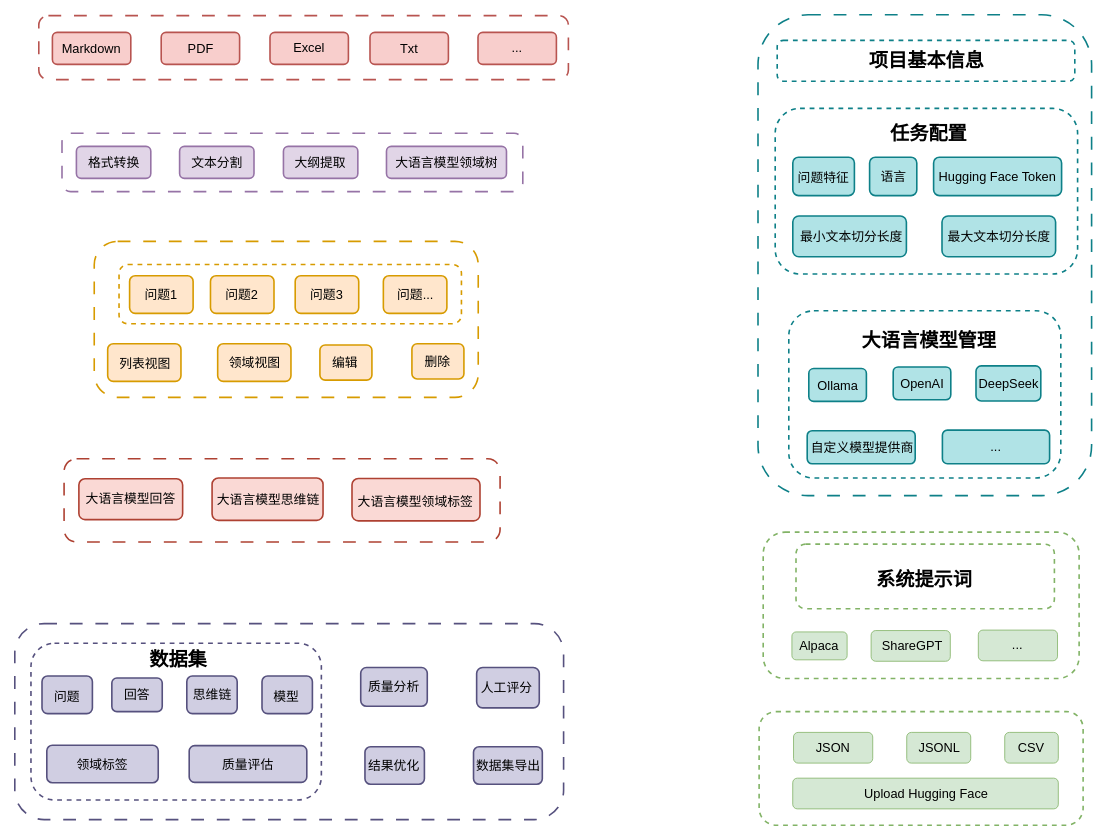
The draw.io diagram diagrams/workflow_diagram_for_creating_fine_tuning_datasets_with_easy_dataset.drawio in real-jiakai/draw, before the edit. Source tidied: cells renumbered, new cells numbered last; positions are measured from the earlier drawing's top-left corner, leaving out a move shared by most shapes. Both pictures are drawn from the tidied source at 80%, with x=0, y=0 at pixel (14, 14).
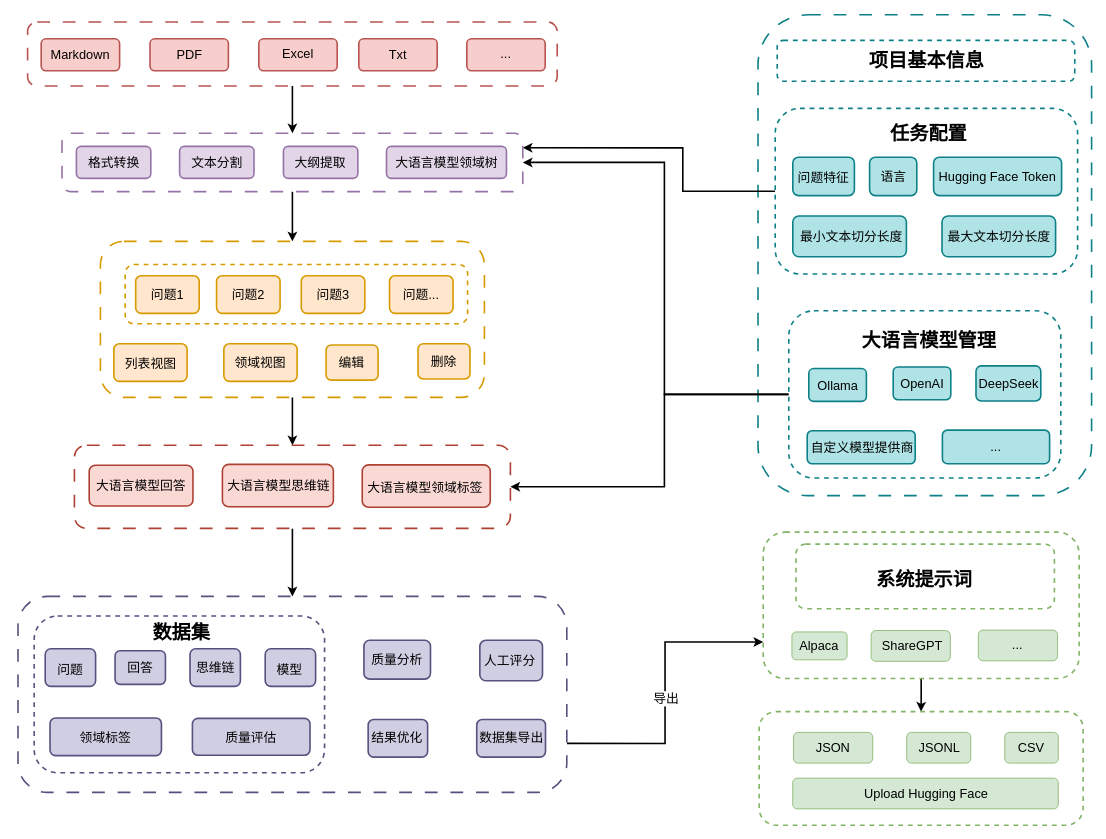
Above is the later version.

Unchanged cells that the change refers to:
```xml
<mxCell id="5" style="rounded=1;whiteSpace=wrap;html=1;strokeColor=#82B366;strokeWidth=2;dashed=1;" parent="1" vertex="1">
  <mxGeometry x="935.5" y="646.7" width="394.9" height="183" as="geometry" />
</mxCell>
<mxCell id="7" style="rounded=1;whiteSpace=wrap;html=1;strokeColor=#82B366;strokeWidth=2;dashed=1;" parent="1" vertex="1">
  <mxGeometry x="930.4" y="871" width="405" height="142" as="geometry" />
</mxCell>
<mxCell id="9" style="rounded=1;whiteSpace=wrap;html=1;strokeColor=#0E8088;strokeWidth=2;dashed=1;" parent="1" vertex="1">
  <mxGeometry x="967.5" y="370" width="340" height="209" as="geometry" />
</mxCell>
<mxCell id="10" style="rounded=1;whiteSpace=wrap;html=1;strokeColor=#0E8088;strokeWidth=2;dashed=1;" parent="1" vertex="1">
  <mxGeometry x="950.5" y="117" width="378" height="207" as="geometry" />
</mxCell>
<mxCell id="52" style="rounded=1;whiteSpace=wrap;html=1;dashed=1;dashPattern=8 8;strokeWidth=2;strokeColor=#9673A6;" parent="1" vertex="1">
  <mxGeometry x="59" y="148" width="576" height="73" as="geometry" />
</mxCell>
```

The edit, as a diff of the source:
```diff
@@
+    <mxCell id="115" style="edgeStyle=orthogonalEdgeStyle;rounded=0;jettySize=auto;html=1;exitX=0.5;exitY=1;exitDx=0;exitDy=0;strokeWidth=2;" parent="1" edge="1" source="3" target="6">
+      <mxGeometry relative="1" as="geometry" />
+    </mxCell>
     <mxCell id="3" style="rounded=1;whiteSpace=wrap;html=1;strokeColor=#D79B00;strokeWidth=2;dashed=1;dashPattern=8 8;" parent="1" vertex="1">
-      <mxGeometry x="99.3" y="283.2" width="480" height="195" as="geometry" />
+      <mxGeometry x="107" y="283.2" width="480" height="195" as="geometry" />
     </mxCell>
     <mxCell id="4" style="rounded=1;whiteSpace=wrap;html=1;strokeColor=#D79B00;strokeWidth=2;dashed=1;" parent="1" vertex="1">
-      <mxGeometry x="130.3" y="312.2" width="428" height="74" as="geometry" />
+      <mxGeometry x="138" y="312.2" width="428" height="74" as="geometry" />
     </mxCell>
+    <mxCell id="116" style="edgeStyle=orthogonalEdgeStyle;rounded=0;jettySize=auto;html=1;exitX=0.5;exitY=1;exitDx=0;exitDy=0;entryX=0.5;entryY=0;entryDx=0;entryDy=0;strokeWidth=2;" parent="1" edge="1" source="5" target="7">
+      <mxGeometry relative="1" as="geometry" />
+    </mxCell>
@@
+    <mxCell id="117" style="edgeStyle=orthogonalEdgeStyle;rounded=0;jettySize=auto;html=1;exitX=0.5;exitY=1;exitDx=0;exitDy=0;entryX=0.5;entryY=0;entryDx=0;entryDy=0;strokeWidth=2;" parent="1" edge="1" source="6" target="29">
+      <mxGeometry relative="1" as="geometry" />
+    </mxCell>
     <mxCell id="6" style="rounded=1;whiteSpace=wrap;html=1;strokeColor=#AE4132;strokeWidth=2;dashed=1;dashPattern=8 8;" parent="1" vertex="1">
-      <mxGeometry x="61.6" y="555" width="545" height="104" as="geometry" />
+      <mxGeometry x="74.5" y="538" width="545" height="104" as="geometry" />
     </mxCell>
@@
+    <mxCell id="118" style="edgeStyle=orthogonalEdgeStyle;rounded=0;jettySize=auto;html=1;exitX=0;exitY=0.5;exitDx=0;exitDy=0;entryX=1;entryY=0.5;entryDx=0;entryDy=0;strokeWidth=2;" parent="1" edge="1" source="9" target="52">
+      <mxGeometry relative="1" as="geometry">
+        <Array as="points">
+          <mxPoint x="812" y="475" />
+          <mxPoint x="812" y="185" />
+        </Array>
+      </mxGeometry>
+    </mxCell>
+    <mxCell id="119" style="edgeStyle=orthogonalEdgeStyle;rounded=0;jettySize=auto;html=1;exitX=0;exitY=0.5;exitDx=0;exitDy=0;entryX=1;entryY=0.5;entryDx=0;entryDy=0;strokeWidth=2;" parent="1" edge="1" source="9" target="6">
+      <mxGeometry relative="1" as="geometry">
+        <Array as="points">
+          <mxPoint x="812" y="475" />
+          <mxPoint x="812" y="590" />
+        </Array>
+      </mxGeometry>
+    </mxCell>
@@
+    <mxCell id="120" style="edgeStyle=orthogonalEdgeStyle;rounded=0;jettySize=auto;html=1;exitX=0;exitY=0.5;exitDx=0;exitDy=0;entryX=1;entryY=0.25;entryDx=0;entryDy=0;strokeWidth=2;" parent="1" edge="1" source="10" target="52">
+      <mxGeometry relative="1" as="geometry">
+        <Array as="points">
+          <mxPoint x="835" y="221" />
+          <mxPoint x="835" y="166" />
+        </Array>
+      </mxGeometry>
+    </mxCell>
@@
+    <mxCell id="121" style="rounded=0;jettySize=auto;html=1;exitX=1;exitY=0.75;exitDx=0;exitDy=0;entryX=0;entryY=0.75;entryDx=0;entryDy=0;edgeStyle=orthogonalEdgeStyle;strokeWidth=2;" parent="1" edge="1" source="29" target="5">
+      <mxGeometry relative="1" as="geometry" />
+    </mxCell>
+    <mxCell id="122" value="&lt;font style=&quot;font-size: 16px;&quot;&gt;导出&lt;/font&gt;" style="edgeLabel;html=1;align=center;verticalAlign=middle;" parent="121" vertex="1">
+      <mxGeometry x="-0.04" y="-1" relative="1" as="geometry" />
+    </mxCell>
     <mxCell id="29" style="rounded=1;whiteSpace=wrap;html=1;strokeColor=#56517E;dashed=1;dashPattern=8 8;strokeWidth=2;" parent="1" vertex="1">
-      <mxGeometry y="761" width="686" height="245" as="geometry" />
+      <mxGeometry x="4" y="727" width="686" height="245" as="geometry" />
     </mxCell>
     <mxCell id="30" style="rounded=1;whiteSpace=wrap;html=1;fillColor=#d0cee2;strokeColor=#56517e;strokeWidth=2;" parent="1" vertex="1">
-      <mxGeometry x="573.4" y="914.9" width="86" height="47" as="geometry" />
+      <mxGeometry x="577.4" y="880.9" width="86" height="47" as="geometry" />
     </mxCell>
     <mxCell id="31" style="rounded=1;whiteSpace=wrap;html=1;fillColor=#d0cee2;strokeColor=#56517e;strokeWidth=2;" parent="1" vertex="1">
-      <mxGeometry x="437.7" y="914.9" width="74.3" height="47" as="geometry" />
+      <mxGeometry x="441.7" y="880.9" width="74.3" height="47" as="geometry" />
     </mxCell>
     <mxCell id="32" style="rounded=1;whiteSpace=wrap;html=1;fillColor=#d0cee2;strokeColor=#56517e;strokeWidth=2;" parent="1" vertex="1">
-      <mxGeometry x="577.3" y="815.9" width="78.3" height="50.5" as="geometry" />
+      <mxGeometry x="581.3" y="781.9" width="78.3" height="50.5" as="geometry" />
     </mxCell>
     <mxCell id="33" style="rounded=1;whiteSpace=wrap;html=1;fillColor=#d0cee2;strokeColor=#56517e;strokeWidth=2;" parent="1" vertex="1">
-      <mxGeometry x="432.4" y="815.9" width="83.2" height="48.5" as="geometry" />
+      <mxGeometry x="436.4" y="781.9" width="83.2" height="48.5" as="geometry" />
     </mxCell>
     <mxCell id="34" style="rounded=1;whiteSpace=wrap;html=1;strokeColor=#56517E;dashed=1;strokeWidth=2;" parent="1" vertex="1">
-      <mxGeometry x="20.2" y="785.5" width="363" height="196" as="geometry" />
+      <mxGeometry x="24.2" y="751.5" width="363" height="196" as="geometry" />
     </mxCell>
     <mxCell id="35" style="rounded=1;whiteSpace=wrap;html=1;fillColor=#d0cee2;strokeColor=#56517e;strokeWidth=2;" parent="1" vertex="1">
-      <mxGeometry x="218" y="913.5" width="147" height="46" as="geometry" />
+      <mxGeometry x="222" y="879.5" width="147" height="46" as="geometry" />
     </mxCell>
     <mxCell id="36" style="rounded=1;whiteSpace=wrap;html=1;fillColor=#d0cee2;strokeColor=#56517e;strokeWidth=2;" parent="1" vertex="1">
-      <mxGeometry x="40" y="913" width="139.3" height="47" as="geometry" />
+      <mxGeometry x="44" y="879" width="139.3" height="47" as="geometry" />
     </mxCell>
     <mxCell id="37" style="rounded=1;whiteSpace=wrap;html=1;fillColor=#d0cee2;strokeColor=#56517e;strokeWidth=2;" parent="1" vertex="1">
-      <mxGeometry x="309" y="826.5" width="63" height="47" as="geometry" />
+      <mxGeometry x="313" y="792.5" width="63" height="47" as="geometry" />
     </mxCell>
     <mxCell id="38" style="rounded=1;whiteSpace=wrap;html=1;fillColor=#d0cee2;strokeColor=#56517e;strokeWidth=2;" parent="1" vertex="1">
-      <mxGeometry x="215" y="826.5" width="63" height="47" as="geometry" />
+      <mxGeometry x="219" y="792.5" width="63" height="47" as="geometry" />
     </mxCell>
     <mxCell id="39" style="rounded=1;whiteSpace=wrap;html=1;fillColor=#d0cee2;strokeColor=#56517e;strokeWidth=2;" parent="1" vertex="1">
-      <mxGeometry x="121.3" y="829" width="63" height="42" as="geometry" />
+      <mxGeometry x="125.3" y="795" width="63" height="42" as="geometry" />
     </mxCell>
     <mxCell id="40" style="rounded=1;whiteSpace=wrap;html=1;fillColor=#d0cee2;strokeColor=#56517e;strokeWidth=2;" parent="1" vertex="1">
-      <mxGeometry x="34" y="826.5" width="63" height="47" as="geometry" />
+      <mxGeometry x="38" y="792.5" width="63" height="47" as="geometry" />
     </mxCell>
     <mxCell id="41" style="rounded=1;whiteSpace=wrap;html=1;strokeColor=#ae4132;strokeWidth=2;fillColor=#fad9d5;" parent="1" vertex="1">
-      <mxGeometry x="421.5" y="579.6" width="160" height="53" as="geometry" />
+      <mxGeometry x="434.3" y="562.6" width="160" height="53" as="geometry" />
     </mxCell>
     <mxCell id="42" style="rounded=1;whiteSpace=wrap;html=1;strokeColor=#ae4132;strokeWidth=2;fillColor=#fad9d5;" parent="1" vertex="1">
-      <mxGeometry x="246.6" y="579" width="138.7" height="53" as="geometry" />
+      <mxGeometry x="259.5" y="562" width="138.7" height="53" as="geometry" />
     </mxCell>
     <mxCell id="43" style="rounded=1;whiteSpace=wrap;html=1;strokeColor=#ae4132;strokeWidth=2;fillColor=#fad9d5;" parent="1" vertex="1">
-      <mxGeometry x="80.1" y="580" width="129.7" height="51" as="geometry" />
+      <mxGeometry x="93" y="563" width="129.7" height="51" as="geometry" />
     </mxCell>
     <mxCell id="44" style="rounded=1;whiteSpace=wrap;html=1;fillColor=#ffe6cc;strokeColor=#d79b00;strokeWidth=2;" parent="1" vertex="1">
-      <mxGeometry x="496.4" y="411.2" width="65" height="44" as="geometry" />
+      <mxGeometry x="504" y="411.2" width="65" height="44" as="geometry" />
     </mxCell>
     <mxCell id="45" style="rounded=1;whiteSpace=wrap;html=1;fillColor=#ffe6cc;strokeColor=#d79b00;strokeWidth=2;" parent="1" vertex="1">
-      <mxGeometry x="381.4" y="412.7" width="65" height="44" as="geometry" />
+      <mxGeometry x="389.1" y="412.7" width="65" height="44" as="geometry" />
     </mxCell>
     <mxCell id="46" style="rounded=1;whiteSpace=wrap;html=1;fillColor=#ffe6cc;strokeColor=#d79b00;strokeWidth=2;" parent="1" vertex="1">
-      <mxGeometry x="253.6" y="411.2" width="91.6" height="47" as="geometry" />
+      <mxGeometry x="261.3" y="411.2" width="91.6" height="47" as="geometry" />
     </mxCell>
     <mxCell id="47" style="rounded=1;whiteSpace=wrap;html=1;fillColor=#ffe6cc;strokeColor=#d79b00;strokeWidth=2;" parent="1" vertex="1">
-      <mxGeometry x="116.1" y="411.2" width="91.6" height="47" as="geometry" />
+      <mxGeometry x="123.8" y="411.2" width="91.6" height="47" as="geometry" />
     </mxCell>
     <mxCell id="48" style="rounded=1;whiteSpace=wrap;html=1;fillColor=#ffe6cc;strokeColor=#d79b00;strokeWidth=2;" parent="1" vertex="1">
-      <mxGeometry x="460.7" y="326.2" width="79.4" height="47" as="geometry" />
+      <mxGeometry x="468.4" y="326.2" width="79.4" height="47" as="geometry" />
     </mxCell>
     <mxCell id="49" style="rounded=1;whiteSpace=wrap;html=1;fillColor=#ffe6cc;strokeColor=#d79b00;strokeWidth=2;" parent="1" vertex="1">
-      <mxGeometry x="350.5" y="326.2" width="79.4" height="47" as="geometry" />
+      <mxGeometry x="358.1" y="326.2" width="79.4" height="47" as="geometry" />
     </mxCell>
     <mxCell id="50" style="rounded=1;whiteSpace=wrap;html=1;fillColor=#ffe6cc;strokeColor=#d79b00;strokeWidth=2;" parent="1" vertex="1">
-      <mxGeometry x="244.6" y="326.2" width="79.4" height="47" as="geometry" />
+      <mxGeometry x="252.2" y="326.2" width="79.4" height="47" as="geometry" />
     </mxCell>
     <mxCell id="51" style="rounded=1;whiteSpace=wrap;html=1;fillColor=#ffe6cc;strokeColor=#d79b00;strokeWidth=2;" parent="1" vertex="1">
-      <mxGeometry x="143.5" y="326.2" width="79.4" height="47" as="geometry" />
+      <mxGeometry x="151.1" y="326.2" width="79.4" height="47" as="geometry" />
     </mxCell>
+    <mxCell id="123" style="edgeStyle=orthogonalEdgeStyle;rounded=0;jettySize=auto;html=1;exitX=0.5;exitY=1;exitDx=0;exitDy=0;entryX=0.5;entryY=0;entryDx=0;entryDy=0;strokeWidth=2;" parent="1" edge="1" source="52" target="3">
+      <mxGeometry relative="1" as="geometry" />
+    </mxCell>
@@
+    <mxCell id="124" style="edgeStyle=orthogonalEdgeStyle;rounded=0;jettySize=auto;html=1;exitX=0.5;exitY=1;exitDx=0;exitDy=0;entryX=0.5;entryY=0;entryDx=0;entryDy=0;strokeWidth=2;" parent="1" edge="1" source="57" target="52">
+      <mxGeometry relative="1" as="geometry" />
+    </mxCell>
     <mxCell id="57" style="rounded=1;whiteSpace=wrap;html=1;dashed=1;dashPattern=8 8;strokeWidth=2;strokeColor=#B85450;" parent="1" vertex="1">
-      <mxGeometry x="30" y="1" width="662" height="80" as="geometry" />
+      <mxGeometry x="16" y="9" width="662" height="80" as="geometry" />
     </mxCell>
     <mxCell id="58" style="rounded=1;whiteSpace=wrap;html=1;strokeWidth=2;fillColor=#f8cecc;strokeColor=#b85450;" parent="1" vertex="1">
-      <mxGeometry x="579" y="22" width="98" height="40" as="geometry" />
+      <mxGeometry x="565" y="30" width="98" height="40" as="geometry" />
     </mxCell>
     <mxCell id="59" style="rounded=1;whiteSpace=wrap;html=1;strokeWidth=2;fillColor=#f8cecc;strokeColor=#b85450;" parent="1" vertex="1">
-      <mxGeometry x="444" y="22" width="98" height="40" as="geometry" />
+      <mxGeometry x="430" y="30" width="98" height="40" as="geometry" />
     </mxCell>
     <mxCell id="60" style="rounded=1;whiteSpace=wrap;html=1;strokeWidth=2;fillColor=#f8cecc;strokeColor=#b85450;" parent="1" vertex="1">
-      <mxGeometry x="319" y="22" width="98" height="40" as="geometry" />
+      <mxGeometry x="305" y="30" width="98" height="40" as="geometry" />
     </mxCell>
     <mxCell id="61" style="rounded=1;whiteSpace=wrap;html=1;strokeWidth=2;fillColor=#f8cecc;strokeColor=#b85450;" parent="1" vertex="1">
-      <mxGeometry x="183" y="22" width="98" height="40" as="geometry" />
+      <mxGeometry x="169" y="30" width="98" height="40" as="geometry" />
     </mxCell>
     <mxCell id="62" style="rounded=1;whiteSpace=wrap;html=1;strokeWidth=2;fillColor=#f8cecc;strokeColor=#b85450;" parent="1" vertex="1">
-      <mxGeometry x="47" y="22" width="98" height="40" as="geometry" />
+      <mxGeometry x="33" y="30" width="98" height="40" as="geometry" />
     </mxCell>
     <mxCell id="63" value="&lt;font style=&quot;font-size: 16px;&quot;&gt;Markdown&lt;/font&gt;" style="text;html=1;align=center;verticalAlign=middle;whiteSpace=wrap;rounded=0;" parent="1" vertex="1">
-      <mxGeometry x="62" y="27" width="68" height="30" as="geometry" />
+      <mxGeometry x="48" y="35" width="68" height="30" as="geometry" />
     </mxCell>
     <mxCell id="64" value="&lt;span style=&quot;font-size: 16px;&quot;&gt;PDF&lt;/span&gt;" style="text;html=1;align=center;verticalAlign=middle;whiteSpace=wrap;rounded=0;" parent="1" vertex="1">
-      <mxGeometry x="198.8" y="28.5" width="66.5" height="27" as="geometry" />
+      <mxGeometry x="184.8" y="36.5" width="66.5" height="27" as="geometry" />
     </mxCell>
     <mxCell id="65" value="&lt;span style=&quot;font-size: 16px;&quot;&gt;Excel&lt;/span&gt;" style="text;html=1;align=center;verticalAlign=middle;whiteSpace=wrap;rounded=0;" parent="1" vertex="1">
-      <mxGeometry x="335.2" y="26.5" width="65.5" height="29" as="geometry" />
+      <mxGeometry x="321.2" y="34.5" width="65.5" height="29" as="geometry" />
     </mxCell>
     <mxCell id="66" value="&lt;span style=&quot;font-size: 16px;&quot;&gt;Txt&lt;/span&gt;" style="text;html=1;align=center;verticalAlign=middle;whiteSpace=wrap;rounded=0;" parent="1" vertex="1">
-      <mxGeometry x="465.2" y="28.5" width="55.5" height="27" as="geometry" />
+      <mxGeometry x="451.2" y="36.5" width="55.5" height="27" as="geometry" />
     </mxCell>
     <mxCell id="67" value="&lt;span style=&quot;font-size: 16px;&quot;&gt;...&lt;/span&gt;" style="text;html=1;align=center;verticalAlign=middle;whiteSpace=wrap;rounded=0;" parent="1" vertex="1">
-      <mxGeometry x="601.2" y="26.5" width="53.5" height="28" as="geometry" />
+      <mxGeometry x="587.2" y="34.5" width="53.5" height="28" as="geometry" />
     </mxCell>
@@
     <mxCell id="72" value="&lt;span style=&quot;font-size: 16px;&quot;&gt;问题1&lt;/span&gt;" style="text;html=1;align=center;verticalAlign=middle;whiteSpace=wrap;rounded=0;" parent="1" vertex="1">
-      <mxGeometry x="149.3" y="334.7" width="67.8" height="30" as="geometry" />
+      <mxGeometry x="156.9" y="334.7" width="67.8" height="30" as="geometry" />
     </mxCell>
     <mxCell id="73" value="&lt;span style=&quot;font-size: 16px;&quot;&gt;问题2&lt;/span&gt;" style="text;html=1;align=center;verticalAlign=middle;whiteSpace=wrap;rounded=0;" parent="1" vertex="1">
-      <mxGeometry x="250.4" y="334.7" width="67.8" height="30" as="geometry" />
+      <mxGeometry x="258" y="334.7" width="67.8" height="30" as="geometry" />
     </mxCell>
     <mxCell id="74" value="&lt;span style=&quot;font-size: 16px;&quot;&gt;问题3&lt;/span&gt;" style="text;html=1;align=center;verticalAlign=middle;whiteSpace=wrap;rounded=0;" parent="1" vertex="1">
-      <mxGeometry x="356.3" y="335.2" width="67.8" height="30" as="geometry" />
+      <mxGeometry x="363.9" y="335.2" width="67.8" height="30" as="geometry" />
     </mxCell>
     <mxCell id="75" value="&lt;span style=&quot;font-size: 16px;&quot;&gt;问题...&lt;/span&gt;" style="text;html=1;align=center;verticalAlign=middle;whiteSpace=wrap;rounded=0;" parent="1" vertex="1">
-      <mxGeometry x="466.5" y="335.2" width="67.8" height="30" as="geometry" />
+      <mxGeometry x="474.2" y="335.2" width="67.8" height="30" as="geometry" />
     </mxCell>
     <mxCell id="76" value="&lt;span style=&quot;font-size: 16px;&quot;&gt;列表视图&lt;/span&gt;" style="text;html=1;align=center;verticalAlign=middle;whiteSpace=wrap;rounded=0;" parent="1" vertex="1">
-      <mxGeometry x="128.6" y="421.2" width="67.8" height="30" as="geometry" />
+      <mxGeometry x="136.3" y="421.2" width="67.8" height="30" as="geometry" />
     </mxCell>
     <mxCell id="77" value="&lt;span style=&quot;font-size: 16px;&quot;&gt;领域视图&lt;/span&gt;" style="text;html=1;align=center;verticalAlign=middle;whiteSpace=wrap;rounded=0;" parent="1" vertex="1">
-      <mxGeometry x="265.5" y="419.7" width="67.8" height="30" as="geometry" />
+      <mxGeometry x="273.2" y="419.7" width="67.8" height="30" as="geometry" />
     </mxCell>
     <mxCell id="78" value="&lt;span style=&quot;font-size: 16px;&quot;&gt;编辑&lt;/span&gt;" style="text;html=1;align=center;verticalAlign=middle;whiteSpace=wrap;rounded=0;" parent="1" vertex="1">
-      <mxGeometry x="386.3" y="419.7" width="53.5" height="30" as="geometry" />
+      <mxGeometry x="393.9" y="419.7" width="53.5" height="30" as="geometry" />
     </mxCell>
     <mxCell id="79" value="&lt;span style=&quot;font-size: 16px;&quot;&gt;删除&lt;/span&gt;" style="text;html=1;align=center;verticalAlign=middle;whiteSpace=wrap;rounded=0;" parent="1" vertex="1">
-      <mxGeometry x="503.4" y="418.2" width="51" height="30" as="geometry" />
+      <mxGeometry x="511" y="418.2" width="51" height="30" as="geometry" />
     </mxCell>
     <mxCell id="80" value="&lt;span style=&quot;font-size: 16px;&quot;&gt;大语言模型回答&lt;/span&gt;" style="text;html=1;align=center;verticalAlign=middle;whiteSpace=wrap;rounded=0;" parent="1" vertex="1">
-      <mxGeometry x="85.8" y="590" width="117.9" height="30" as="geometry" />
+      <mxGeometry x="98.6" y="573" width="117.9" height="30" as="geometry" />
     </mxCell>
     <mxCell id="81" value="&lt;span style=&quot;font-size: 16px;&quot;&gt;大语言模型思维链&lt;/span&gt;" style="text;html=1;align=center;verticalAlign=middle;whiteSpace=wrap;rounded=0;" parent="1" vertex="1">
-      <mxGeometry x="252.1" y="591" width="129.9" height="30" as="geometry" />
+      <mxGeometry x="265" y="574" width="129.9" height="30" as="geometry" />
     </mxCell>
     <mxCell id="82" value="&lt;span style=&quot;font-size: 16px;&quot;&gt;大语言模型领域标签&lt;/span&gt;" style="text;html=1;align=center;verticalAlign=middle;whiteSpace=wrap;rounded=0;" parent="1" vertex="1">
-      <mxGeometry x="426.5" y="592.6" width="148" height="30" as="geometry" />
+      <mxGeometry x="439.3" y="575.6" width="148" height="30" as="geometry" />
     </mxCell>
     <mxCell id="83" value="&lt;font style=&quot;font-size: 24px;&quot;&gt;&lt;b&gt;数据集&lt;/b&gt;&lt;/font&gt;" style="text;html=1;align=center;verticalAlign=middle;whiteSpace=wrap;rounded=0;" parent="1" vertex="1">
-      <mxGeometry x="142" y="792" width="125.4" height="30" as="geometry" />
+      <mxGeometry x="146" y="758" width="125.4" height="30" as="geometry" />
     </mxCell>
     <mxCell id="84" value="&lt;span style=&quot;font-size: 16px;&quot;&gt;问题&lt;/span&gt;" style="text;html=1;align=center;verticalAlign=middle;whiteSpace=wrap;rounded=0;" parent="1" vertex="1">
-      <mxGeometry x="40.2" y="836.5" width="50.7" height="30" as="geometry" />
+      <mxGeometry x="44.2" y="802.5" width="50.7" height="30" as="geometry" />
     </mxCell>
     <mxCell id="85" value="&lt;span style=&quot;font-size: 16px;&quot;&gt;回答&lt;/span&gt;" style="text;html=1;align=center;verticalAlign=middle;whiteSpace=wrap;rounded=0;" parent="1" vertex="1">
-      <mxGeometry x="122.6" y="835" width="60.4" height="30" as="geometry" />
+      <mxGeometry x="126.6" y="801" width="60.4" height="30" as="geometry" />
     </mxCell>
     <mxCell id="86" value="&lt;span style=&quot;font-size: 16px;&quot;&gt;思维链&lt;/span&gt;" style="text;html=1;align=center;verticalAlign=middle;whiteSpace=wrap;rounded=0;" parent="1" vertex="1">
-      <mxGeometry x="220.5" y="836.8" width="52" height="26.5" as="geometry" />
+      <mxGeometry x="224.5" y="802.8" width="52" height="26.5" as="geometry" />
     </mxCell>
     <mxCell id="87" value="&lt;span style=&quot;font-size: 16px;&quot;&gt;模型&lt;/span&gt;" style="text;html=1;align=center;verticalAlign=middle;whiteSpace=wrap;rounded=0;" parent="1" vertex="1">
-      <mxGeometry x="313" y="837.8" width="52.7" height="27.5" as="geometry" />
+      <mxGeometry x="317" y="803.8" width="52.7" height="27.5" as="geometry" />
     </mxCell>
     <mxCell id="88" value="&lt;span style=&quot;font-size: 16px;&quot;&gt;领域标签&lt;/span&gt;" style="text;html=1;align=center;verticalAlign=middle;whiteSpace=wrap;rounded=0;" parent="1" vertex="1">
-      <mxGeometry x="74.2" y="924.5" width="71" height="24" as="geometry" />
+      <mxGeometry x="78.2" y="890.5" width="71" height="24" as="geometry" />
     </mxCell>
     <mxCell id="89" value="&lt;span style=&quot;font-size: 16px;&quot;&gt;质量评估&lt;/span&gt;" style="text;html=1;align=center;verticalAlign=middle;whiteSpace=wrap;rounded=0;" parent="1" vertex="1">
-      <mxGeometry x="258" y="921.8" width="67" height="29.5" as="geometry" />
+      <mxGeometry x="262" y="887.8" width="67" height="29.5" as="geometry" />
     </mxCell>
     <mxCell id="90" value="&lt;span style=&quot;font-size: 16px;&quot;&gt;质量分析&lt;/span&gt;" style="text;html=1;align=center;verticalAlign=middle;whiteSpace=wrap;rounded=0;" parent="1" vertex="1">
-      <mxGeometry x="436" y="825.2" width="76" height="30" as="geometry" />
+      <mxGeometry x="440" y="791.2" width="76" height="30" as="geometry" />
     </mxCell>
     <mxCell id="91" value="&lt;span style=&quot;font-size: 16px;&quot;&gt;人工评分&lt;/span&gt;" style="text;html=1;align=center;verticalAlign=middle;whiteSpace=wrap;rounded=0;" parent="1" vertex="1">
-      <mxGeometry x="577.3" y="826.2" width="76" height="30" as="geometry" />
+      <mxGeometry x="581.3" y="792.2" width="76" height="30" as="geometry" />
     </mxCell>
     <mxCell id="92" value="&lt;span style=&quot;font-size: 16px;&quot;&gt;结果优化&lt;/span&gt;" style="text;html=1;align=center;verticalAlign=middle;whiteSpace=wrap;rounded=0;" parent="1" vertex="1">
-      <mxGeometry x="436" y="923.4" width="76" height="30" as="geometry" />
+      <mxGeometry x="440" y="889.4" width="76" height="30" as="geometry" />
     </mxCell>
     <mxCell id="93" value="&lt;span style=&quot;font-size: 16px;&quot;&gt;数据集导出&lt;/span&gt;" style="text;html=1;align=center;verticalAlign=middle;whiteSpace=wrap;rounded=0;" parent="1" vertex="1">
-      <mxGeometry x="573.4" y="923.4" width="87.7" height="30" as="geometry" />
+      <mxGeometry x="577.4" y="889.4" width="87.7" height="30" as="geometry" />
     </mxCell>
```
